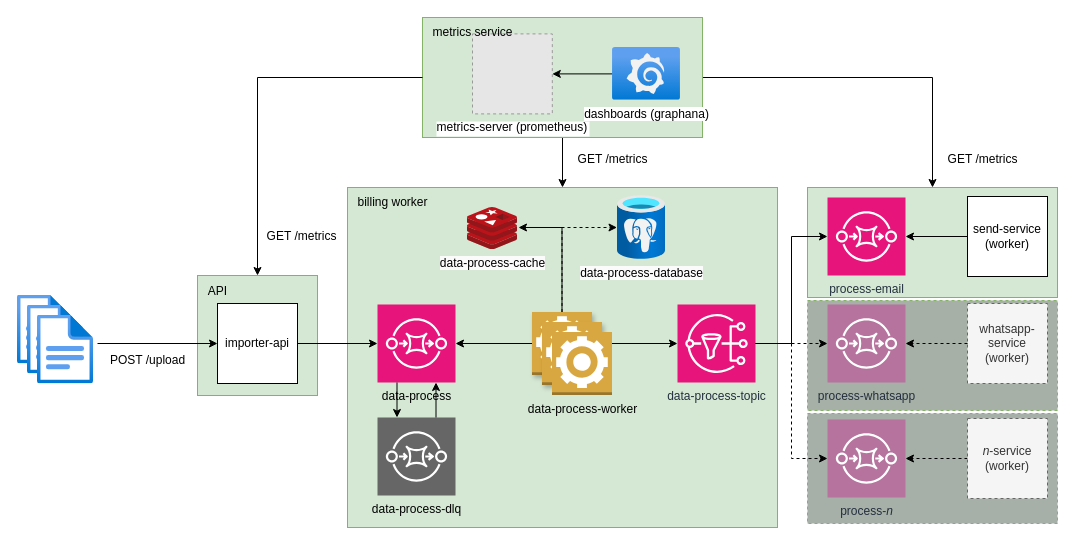
Above: docs/application-diagram.drawio in br-monteiro/kanastra-swe-challenge (draw.io), before the change. Source tidied: cells renumbered, new cells numbered last; positions are measured from the earlier drawing's top-left corner, leaving out a move shared by most shapes. Both pictures are drawn from the tidied source at 100%, with x=0, y=0 at pixel (17, 17). Pictures stored in the file or linked from it are replaced by grey dashed boxes.
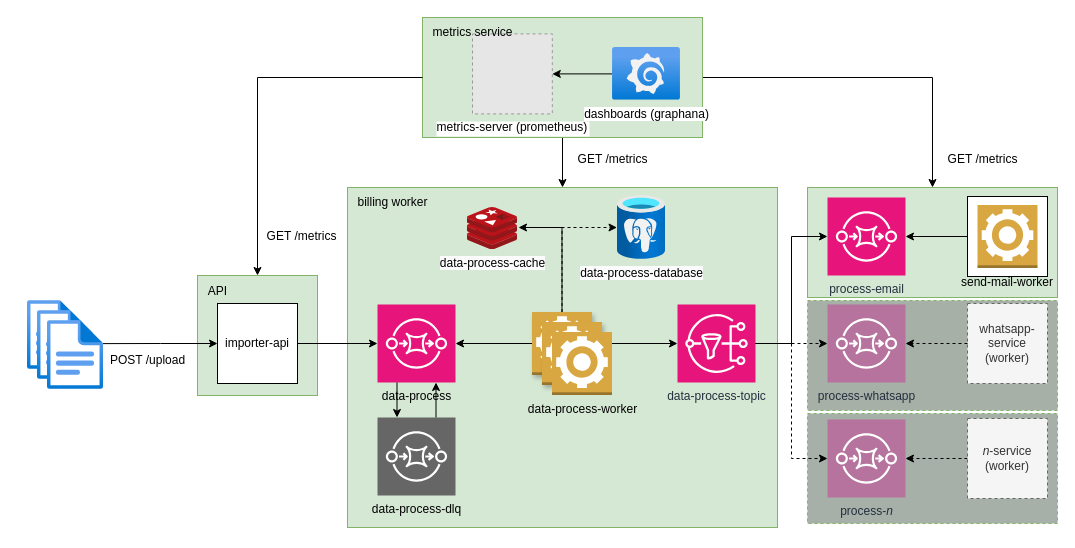
The same diagram, later.

The change refers to these unchanged cells:
```xml
<mxCell id="9" value="importer-api" style="whiteSpace=wrap;html=1;" parent="1" vertex="1">
  <mxGeometry x="200" y="286" width="80" height="80" as="geometry" />
</mxCell>
<mxCell id="13" style="image;html=1;points=[];align=center;fontSize=12;image=img/lib/azure2/general/File.svg;" parent="10" vertex="1">
  <mxGeometry x="20" y="20" width="56" height="69" as="geometry" />
</mxCell>
```

What changed in the source:
```diff
@@
-    <mxCell id="8" style="edgeStyle=orthogonalEdgeStyle;rounded=0;jettySize=auto;html=1;startArrow=classic;startFill=1;endArrow=none;endFill=0;" parent="1" edge="1" source="9">
-      <mxGeometry relative="1" as="geometry">
-        <mxPoint x="80" y="326" as="targetPoint" />
-      </mxGeometry>
+    <mxCell id="8" style="edgeStyle=orthogonalEdgeStyle;rounded=0;jettySize=auto;html=1;startArrow=classic;startFill=1;endArrow=none;endFill=0;entryX=0.981;entryY=0.335;entryDx=0;entryDy=0;entryPerimeter=0;" parent="1" edge="1" source="9" target="13">
+      <mxGeometry relative="1" as="geometry" />
     </mxCell>
@@
     <mxCell id="10" style="group;" parent="1" vertex="1">
-      <mxGeometry y="277.5" width="76" height="89" as="geometry" />
+      <mxGeometry x="10" y="283" width="76" height="89" as="geometry" />
     </mxCell>
@@
-    <mxCell id="35" value="send-service&lt;div&gt;(worker)&lt;/div&gt;" style="whiteSpace=wrap;html=1;" parent="1" vertex="1">
+    <mxCell id="35" style="whiteSpace=wrap;html=1;" parent="1" vertex="1">
       <mxGeometry x="950" y="179" width="80" height="80" as="geometry" />
     </mxCell>
@@
+    <mxCell id="56" value="send-mail-worker" style="dashed=0;verticalLabelPosition=bottom;verticalAlign=top;align=center;shape=mxgraph.aws3.worker;fillColor=#D9A741;gradientColor=none;" parent="1" vertex="1">
+      <mxGeometry x="960" y="187.5" width="60" height="63" as="geometry" />
+    </mxCell>
```
